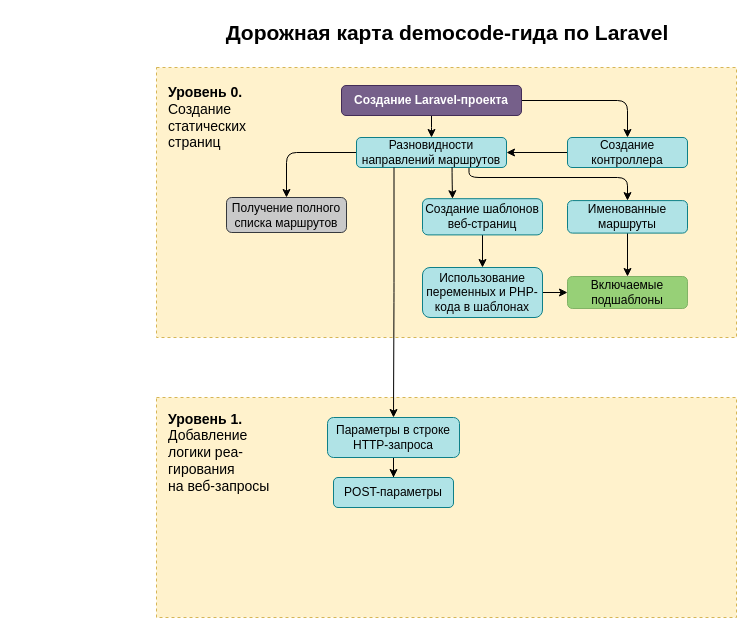
The draw.io diagram PHP/Laravel-guide/images/Laravel-RoadMap.drawio in Dionisiy79/DemoCode, before the edit. Source tidied: cells renumbered, new cells numbered last; positions are measured from the earlier drawing's top-left corner, leaving out a move shared by most shapes. Both pictures are drawn from the tidied source at 100%, with x=0, y=0 at pixel (156, 17).
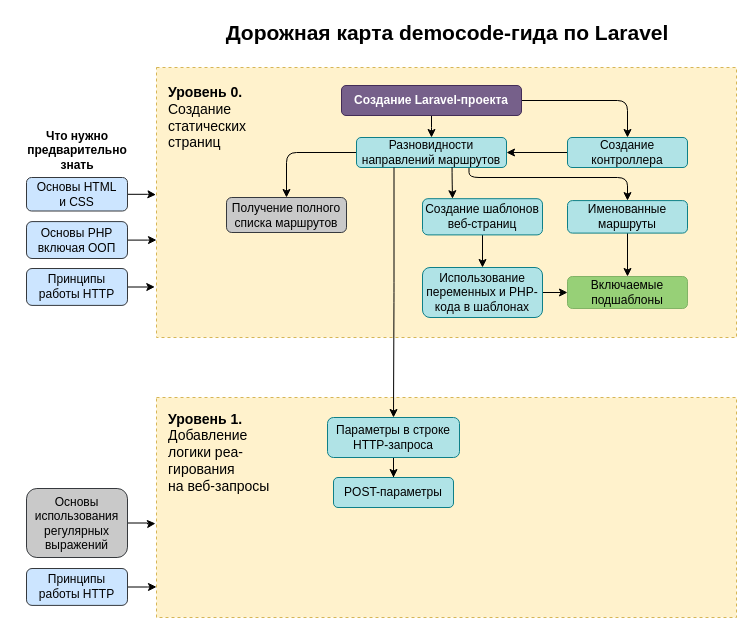
After the change.

Commit message (it also covers changes not shown here):
Добавлен блок 'Что нужно предварительно знать'

The change refers to these unchanged cells:
```xml
<mxCell id="3" style="rounded=0;whiteSpace=wrap;html=1;fillColor=#fff2cc;strokeColor=#d6b656;dashed=1;" parent="1" vertex="1">
  <mxGeometry y="50" width="580" height="270" as="geometry" />
</mxCell>
```

Change to the diagram source:
```diff
@@
+    <mxCell id="28" style="edgeStyle=orthogonalEdgeStyle;rounded=0;jettySize=auto;html=1;entryX=-0.001;entryY=0.471;entryDx=0;entryDy=0;entryPerimeter=0;" parent="1" edge="1" source="29" target="3">
+      <mxGeometry relative="1" as="geometry" />
+    </mxCell>
+    <mxCell id="29" value="Основы HTML&lt;br&gt;и CSS" style="whiteSpace=wrap;html=1;fillColor=#cce5ff;strokeColor=#36393d;rounded=1;" parent="1" vertex="1">
+      <mxGeometry x="-130" y="160" width="101" height="33.5" as="geometry" />
+    </mxCell>
+    <mxCell id="30" value="Что нужно &lt;br style=&quot;font-size: 12px;&quot;&gt;предварительно &lt;br&gt;знать" style="text;html=1;strokeColor=none;fillColor=none;align=center;verticalAlign=middle;whiteSpace=wrap;rounded=0;fontSize=12;fontStyle=1;" parent="1" vertex="1">
+      <mxGeometry x="-139.5" y="118" width="120" height="30" as="geometry" />
+    </mxCell>
+    <mxCell id="31" style="edgeStyle=orthogonalEdgeStyle;rounded=0;jettySize=auto;html=1;entryX=0;entryY=0.639;entryDx=0;entryDy=0;entryPerimeter=0;" parent="1" edge="1" source="32" target="3">
+      <mxGeometry relative="1" as="geometry" />
+    </mxCell>
+    <mxCell id="32" value="Основы PHP&lt;br&gt;включая ООП" style="whiteSpace=wrap;html=1;fillColor=#cce5ff;strokeColor=#36393d;rounded=1;" parent="1" vertex="1">
+      <mxGeometry x="-130" y="204.1" width="101" height="36.9" as="geometry" />
+    </mxCell>
+    <mxCell id="33" style="edgeStyle=orthogonalEdgeStyle;rounded=0;jettySize=auto;html=1;entryX=-0.003;entryY=0.735;entryDx=0;entryDy=0;entryPerimeter=0;" parent="1" edge="1" source="34">
+      <mxGeometry relative="1" as="geometry">
+        <mxPoint x="-1.7" y="269.4" as="targetPoint" />
+      </mxGeometry>
+    </mxCell>
+    <mxCell id="34" value="Принципы &lt;br&gt;работы HTTP" style="whiteSpace=wrap;html=1;fillColor=#cce5ff;strokeColor=#36393d;rounded=1;" parent="1" vertex="1">
+      <mxGeometry x="-130" y="251" width="101" height="36.9" as="geometry" />
+    </mxCell>
+    <mxCell id="35" style="edgeStyle=orthogonalEdgeStyle;rounded=0;jettySize=auto;html=1;" parent="1" edge="1" source="36">
+      <mxGeometry relative="1" as="geometry">
+        <mxPoint x="-1" y="506" as="targetPoint" />
+      </mxGeometry>
+    </mxCell>
+    <mxCell id="36" value="Основы использования регулярных выражений" style="whiteSpace=wrap;html=1;rounded=1;fontSize=12;fillColor=#C9C9C9;strokeColor=#36393d;" parent="1" vertex="1">
+      <mxGeometry x="-130" y="471" width="101" height="69" as="geometry" />
+    </mxCell>
+    <mxCell id="37" style="edgeStyle=orthogonalEdgeStyle;rounded=0;jettySize=auto;html=1;entryX=0;entryY=0.629;entryDx=0;entryDy=0;entryPerimeter=0;" parent="1" edge="1" source="38">
+      <mxGeometry relative="1" as="geometry">
+        <mxPoint y="569.4" as="targetPoint" />
+      </mxGeometry>
+    </mxCell>
+    <mxCell id="38" value="Принципы &lt;br&gt;работы HTTP" style="whiteSpace=wrap;html=1;fillColor=#cce5ff;strokeColor=#36393d;rounded=1;" parent="1" vertex="1">
+      <mxGeometry x="-130" y="551" width="101" height="36.9" as="geometry" />
+    </mxCell>
```
